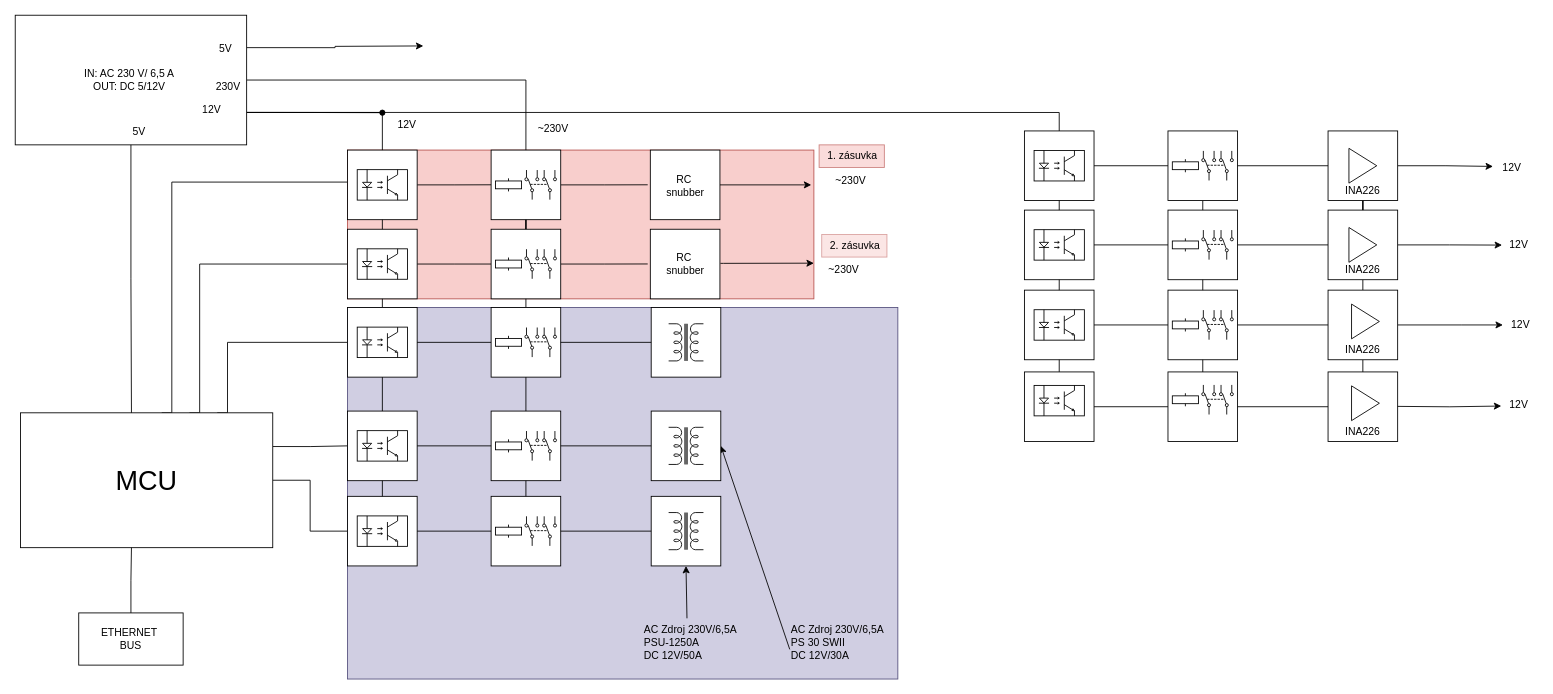
Above: blokove_schema.drawio in AdminTextilka/Bakalarka (draw.io), before the change. Source tidied: cells renumbered, new cells numbered last; positions are measured from the earlier drawing's top-left corner, leaving out a move shared by most shapes. Both pictures are drawn from the tidied source at 87%, with x=0, y=0 at pixel (15, 15).
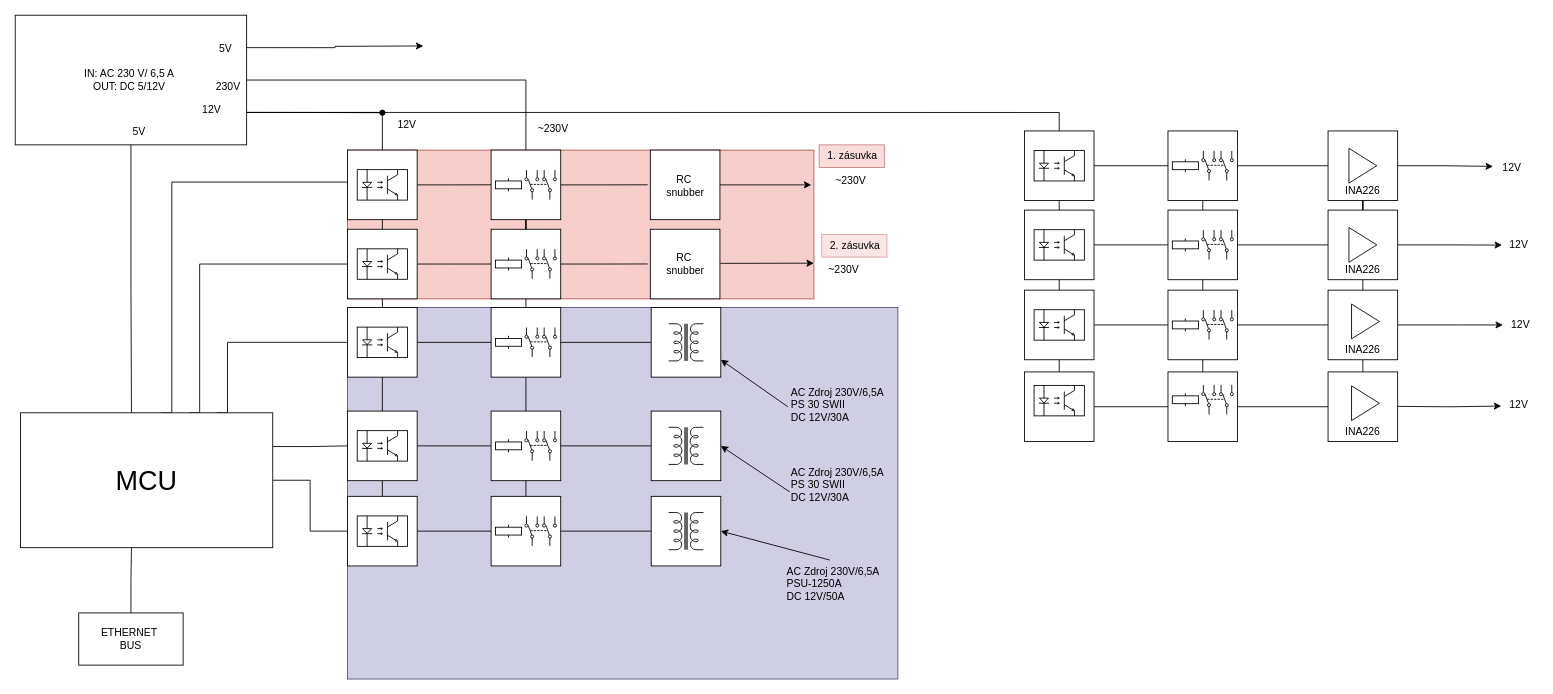
Above is the later version.

Unchanged cells that the change refers to:
```xml
<mxCell id="118" style="group;fillColor=#d0cee2;strokeColor=#56517e;" parent="1" vertex="1">
  <mxGeometry x="382" y="336" width="632.5" height="427" as="geometry" />
</mxCell>
<mxCell id="120" style="whiteSpace=wrap;html=1;" parent="119" vertex="1">
  <mxGeometry width="80" height="80" as="geometry" />
</mxCell>
<mxCell id="150" style="whiteSpace=wrap;html=1;" parent="149" vertex="1">
  <mxGeometry width="80" height="80" as="geometry" />
</mxCell>
```

Diff of the diagram source:
```diff
@@
     <mxCell id="131" value="AC Zdroj 230V/6,5A&lt;br&gt;PS 30 SWII&lt;br&gt;DC 12V&lt;span style=&quot;background-color: initial;&quot;&gt;/30A&lt;/span&gt;&lt;div&gt;&lt;div&gt;&lt;br&gt;&lt;/div&gt;&lt;/div&gt;" style="text;html=1;align=left;verticalAlign=middle;points=[];opacity=50;" parent="118" vertex="1">
-      <mxGeometry x="507.5" y="357" width="125" height="70" as="geometry" />
+      <mxGeometry x="507.5" y="176" width="125" height="70" as="geometry" />
     </mxCell>
@@
     <mxCell id="147" value="AC Zdroj 230V/6,5A&lt;br&gt;PSU-1250A&lt;br&gt;DC 12V&lt;span style=&quot;background-color: initial;&quot;&gt;/50A&lt;/span&gt;&lt;div&gt;&lt;div&gt;&lt;div&gt;&lt;br&gt;&lt;/div&gt;&lt;/div&gt;&lt;/div&gt;" style="text;html=1;align=left;verticalAlign=middle;points=[];opacity=50;" parent="118" vertex="1">
-      <mxGeometry x="339" y="357" width="125" height="70" as="geometry" />
+      <mxGeometry x="503" y="290" width="125" height="70" as="geometry" />
     </mxCell>
-    <mxCell id="148" style="endArrow=classic;html=1;rounded=0;exitX=0.409;exitY=0.003;exitDx=0;exitDy=0;exitPerimeter=0;entryX=0.5;entryY=1;entryDx=0;entryDy=0;" parent="118" edge="1" source="147" target="150">
+    <mxCell id="148" style="endArrow=classic;html=1;rounded=0;exitX=0.409;exitY=0.003;exitDx=0;exitDy=0;exitPerimeter=0;entryX=1;entryY=0.5;entryDx=0;entryDy=0;" parent="118" edge="1" source="147" target="150">
       <mxGeometry relative="1" as="geometry" />
     </mxCell>
@@
+    <mxCell id="163" value="AC Zdroj 230V/6,5A&lt;br&gt;PS 30 SWII&lt;br&gt;DC 12V&lt;span style=&quot;background-color: initial;&quot;&gt;/30A&lt;/span&gt;&lt;div&gt;&lt;div&gt;&lt;br&gt;&lt;/div&gt;&lt;/div&gt;" style="text;html=1;align=left;verticalAlign=middle;points=[];opacity=50;" parent="118" vertex="1">
+      <mxGeometry x="507.5" y="84" width="125" height="70" as="geometry" />
+    </mxCell>
+    <mxCell id="164" style="rounded=0;jettySize=auto;html=1;exitX=-0.011;exitY=0.43;exitDx=0;exitDy=0;endArrow=classic;endFill=1;exitPerimeter=0;entryX=1;entryY=0.75;entryDx=0;entryDy=0;" parent="118" edge="1" source="163" target="120">
+      <mxGeometry relative="1" as="geometry" />
+    </mxCell>
```
